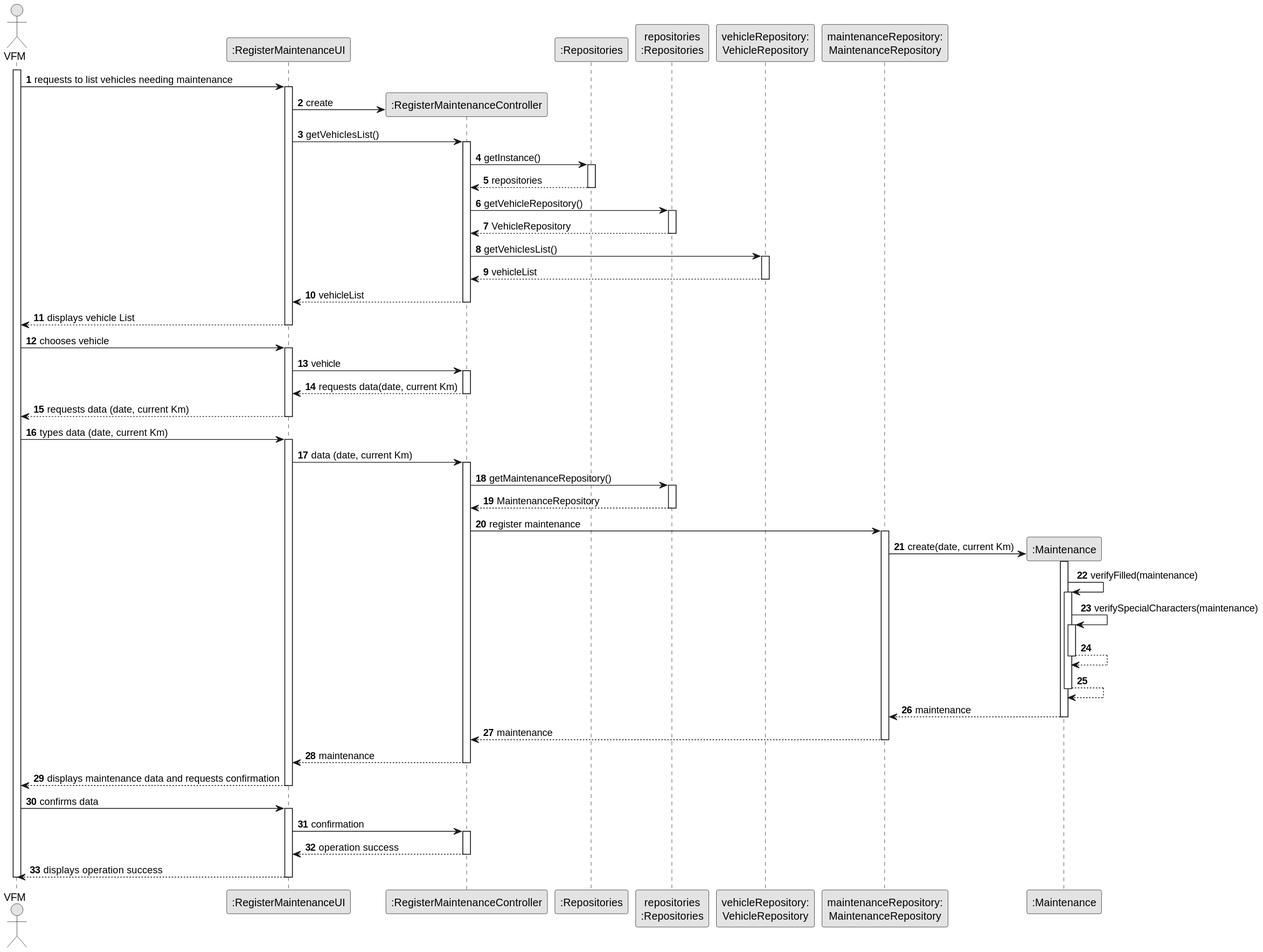
The PlantUML diagram docs/sprintB/us007/03.design/svg/us007-sequence-diagram-full.svg in ricardomm7/leaflink, before a commit.
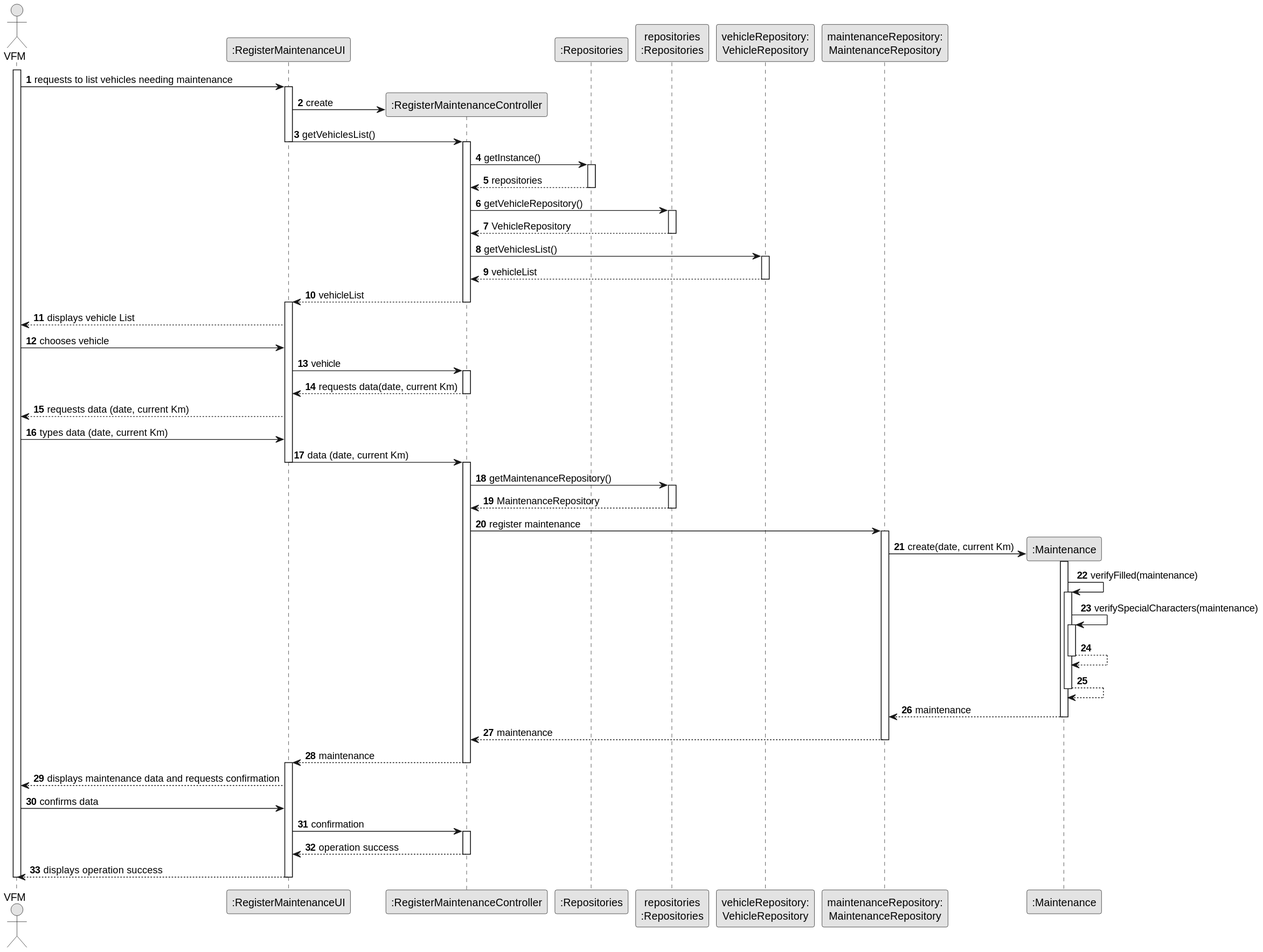
After the change.

Diff of the diagram source:
```diff
@@ -22,6 +22,7 @@
         UI -> CTRL** : create
 
         UI -> CTRL : getVehiclesList()
+        deactivate UI
         activate CTRL
 
             CTRL -> RepositorySingleton : getInstance()
@@ -44,12 +45,11 @@
 
             CTRL --> UI : vehicleList
             deactivate CTRL
+            activate UI
 
             UI --> VFM : displays vehicle List
-            deactivate UI
 
             VFM -> UI : chooses vehicle
-            activate UI
 
             UI -> CTRL : vehicle
             activate CTRL
@@ -58,19 +58,20 @@
             deactivate CTRL
 
             UI --> VFM : requests data (date, current Km)
-            deactivate
 
             VFM -> UI : types data (date, current Km)
-            activate UI
+
 
             UI -> CTRL : data (date, current Km)
+            deactivate UI
             activate CTRL
+
 
             CTRL -> PLAT : getMaintenanceRepository()
             activate PLAT
 
             PLAT --> CTRL : MaintenanceRepository
-            deactivate
+            deactivate PLAT
 
             CTRL -> MaintenanceRepository : register maintenance
             activate MaintenanceRepository
@@ -86,24 +87,26 @@
                 deactivate Maintenance
                 Maintenance --> Maintenance
                 deactivate Maintenance
+
                 Maintenance --> MaintenanceRepository : maintenance
-               deactivate
+               deactivate Maintenance
                MaintenanceRepository --> CTRL : maintenance
-               deactivate
+               deactivate MaintenanceRepository
                CTRL --> UI : maintenance
-               deactivate
+               deactivate CTRL
+               activate UI
+
                UI --> VFM : displays maintenance data and requests confirmation
-               deactivate
                VFM -> UI : confirms data
-               activate UI
 
                UI -> CTRL : confirmation
                activate CTRL
 
                CTRL --> UI : operation success
-               deactivate
+               deactivate CTRL
+
                UI --> VFM : displays operation success
-               deactivate
+               deactivate UI
 
                deactivate VFM
 @enduml
```
